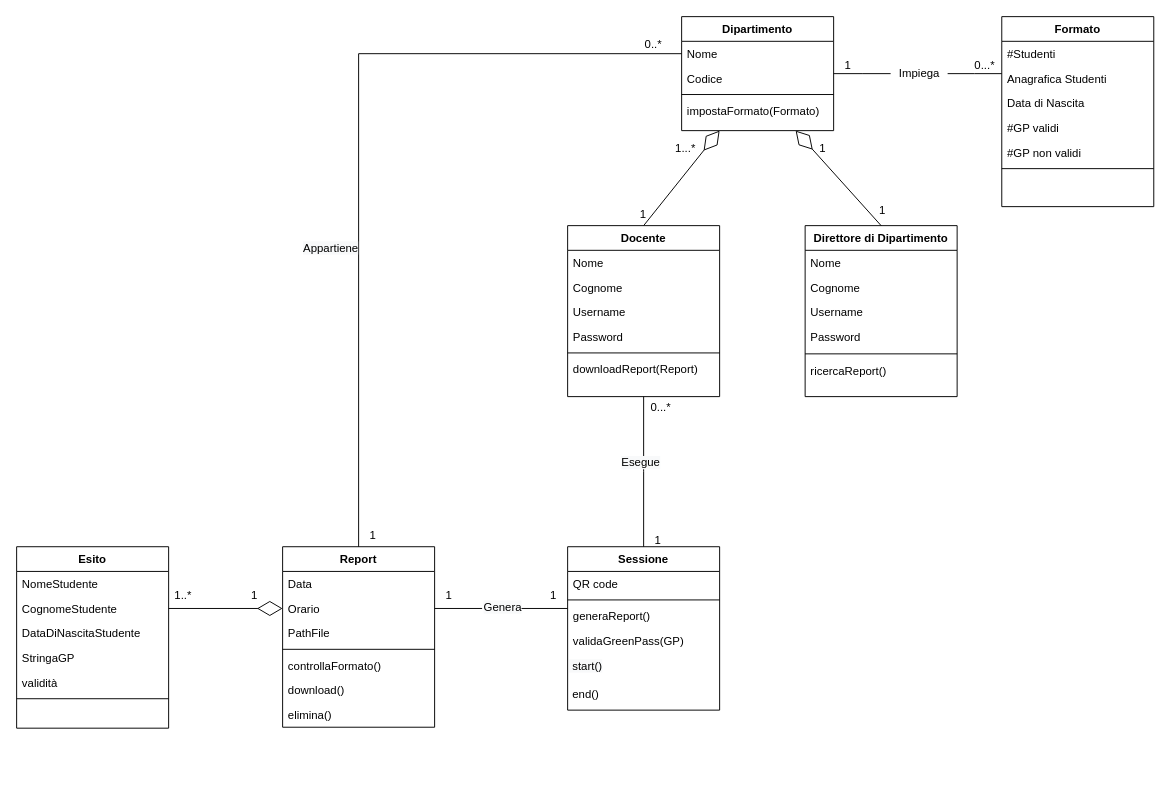
Before: Documentazione/Resources/Class Diagram/Class Diagram.drawio in Alberto-00/EasyPass, a draw.io diagram. Source tidied: cells renumbered, new cells numbered last; positions are measured from the earlier drawing's top-left corner, leaving out a move shared by most shapes. Both pictures are drawn from the tidied source at 95%, with x=0, y=0 at pixel (16, 16).
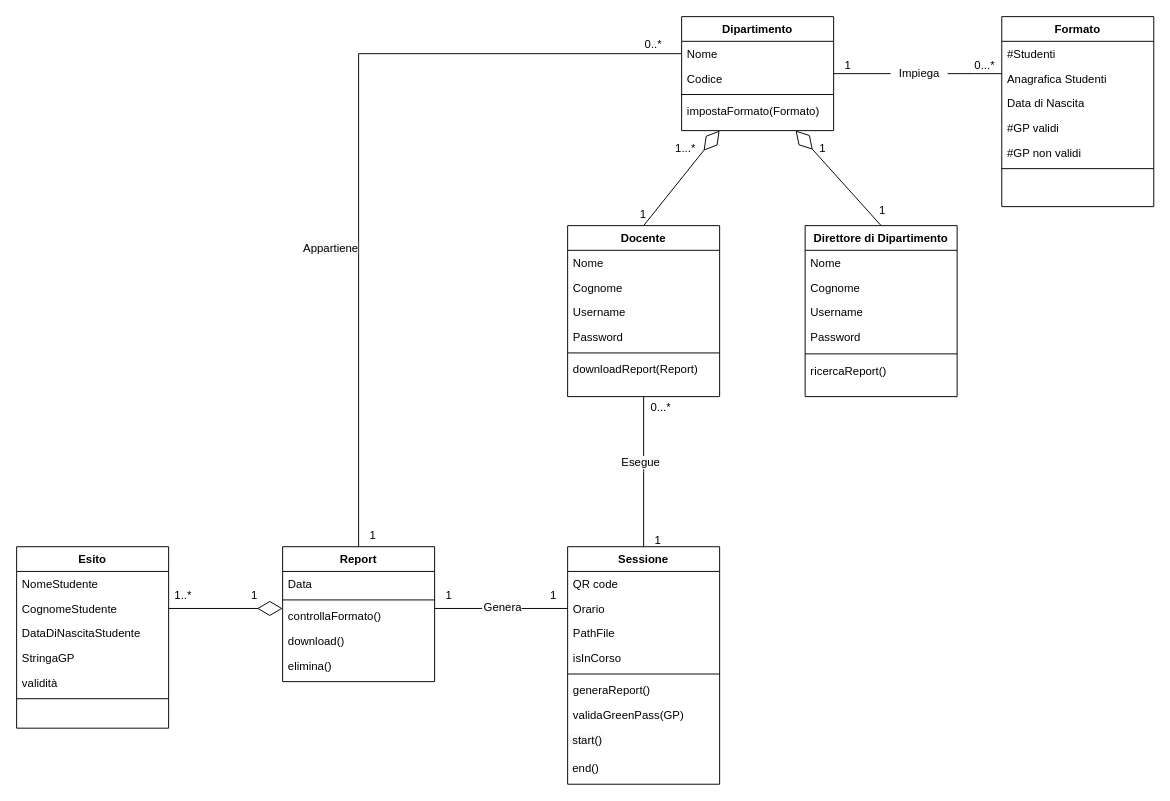
After the change.

Commit message (it also covers changes not shown here):
Class Diagram

Change to the diagram source:
```diff
@@
     <mxCell id="25" value="Sessione" style="swimlane;fontStyle=1;align=center;verticalAlign=top;horizontal=1;startSize=26;rounded=0;shadow=0;strokeWidth=1;" parent="1" vertex="1">
-      <mxGeometry x="580" y="558" width="160" height="172" as="geometry" />
+      <mxGeometry x="580" y="558" width="160" height="250" as="geometry" />
     </mxCell>
@@
+    <mxCell id="34" value="Orario" style="text;align=left;verticalAlign=top;spacingLeft=4;spacingRight=4;overflow=hidden;points=[[0,0.5],[1,0.5]];portConstraint=eastwest;rounded=0;shadow=0;html=0;" parent="25" vertex="1">
+      <mxGeometry y="52" width="160" height="26" as="geometry" />
+    </mxCell>
+    <mxCell id="35" value="PathFile" style="text;align=left;verticalAlign=top;spacingLeft=4;spacingRight=4;overflow=hidden;rounded=0;shadow=0;html=0;" parent="25" vertex="1">
+      <mxGeometry y="78" width="160" height="26" as="geometry" />
+    </mxCell>
+    <mxCell id="79" value="isInCorso" style="text;align=left;verticalAlign=top;spacingLeft=4;spacingRight=4;overflow=hidden;rounded=0;shadow=0;html=0;" parent="25" vertex="1">
+      <mxGeometry y="104" width="160" height="26" as="geometry" />
+    </mxCell>
     <mxCell id="27" style="line;html=1;strokeWidth=1;align=left;verticalAlign=middle;spacingTop=-1;spacingLeft=3;spacingRight=3;labelPosition=right;" parent="25" vertex="1">
-      <mxGeometry y="52" width="160" height="8" as="geometry" />
+      <mxGeometry y="130" width="160" height="8" as="geometry" />
     </mxCell>
     <mxCell id="28" value="generaReport()" style="text;align=left;verticalAlign=top;spacingLeft=4;spacingRight=4;overflow=hidden;fontStyle=0;" parent="25" vertex="1">
-      <mxGeometry y="60" width="160" height="26" as="geometry" />
+      <mxGeometry y="138" width="160" height="26" as="geometry" />
     </mxCell>
     <mxCell id="29" value="validaGreenPass(GP)" style="text;align=left;verticalAlign=top;spacingLeft=4;spacingRight=4;overflow=hidden;" parent="25" vertex="1">
-      <mxGeometry y="86" width="160" height="26" as="geometry" />
+      <mxGeometry y="164" width="160" height="26" as="geometry" />
     </mxCell>
     <mxCell id="30" value="&lt;span style=&quot;color: rgb(0 , 0 , 0) ; font-family: &amp;#34;helvetica&amp;#34; ; font-size: 12px ; font-style: normal ; font-weight: 400 ; letter-spacing: normal ; text-align: left ; text-indent: 0px ; text-transform: none ; word-spacing: 0px ; background-color: rgb(248 , 249 , 250) ; display: inline ; float: none&quot;&gt;&amp;nbsp;start()&lt;/span&gt;" style="text;whiteSpace=wrap;html=1;" parent="25" vertex="1">
-      <mxGeometry y="112" width="160" height="30" as="geometry" />
+      <mxGeometry y="190" width="160" height="30" as="geometry" />
     </mxCell>
     <mxCell id="31" value="&lt;span style=&quot;font-family: &amp;#34;helvetica&amp;#34;&quot;&gt;&amp;nbsp;end()&lt;/span&gt;" style="text;whiteSpace=wrap;html=1;" parent="25" vertex="1">
-      <mxGeometry y="142" width="160" height="30" as="geometry" />
+      <mxGeometry y="220" width="160" height="30" as="geometry" />
     </mxCell>
     <mxCell id="32" value="Report" style="swimlane;fontStyle=1;align=center;verticalAlign=top;horizontal=1;startSize=26;rounded=0;shadow=0;strokeWidth=1;" parent="1" vertex="1">
-      <mxGeometry x="280" y="558" width="160" height="190" as="geometry" />
+      <mxGeometry x="280" y="558" width="160" height="142" as="geometry" />
     </mxCell>
@@
-    <mxCell id="34" value="Orario" style="text;align=left;verticalAlign=top;spacingLeft=4;spacingRight=4;overflow=hidden;points=[[0,0.5],[1,0.5]];portConstraint=eastwest;rounded=0;shadow=0;html=0;" parent="32" vertex="1">
-      <mxGeometry y="52" width="160" height="26" as="geometry" />
-    </mxCell>
-    <mxCell id="35" value="PathFile" style="text;align=left;verticalAlign=top;spacingLeft=4;spacingRight=4;overflow=hidden;rounded=0;shadow=0;html=0;" parent="32" vertex="1">
-      <mxGeometry y="78" width="160" height="26" as="geometry" />
-    </mxCell>
     <mxCell id="36" style="line;html=1;strokeWidth=1;align=left;verticalAlign=middle;spacingTop=-1;spacingLeft=3;spacingRight=3;labelPosition=right;" parent="32" vertex="1">
-      <mxGeometry y="104" width="160" height="8" as="geometry" />
+      <mxGeometry y="52" width="160" height="8" as="geometry" />
     </mxCell>
     <mxCell id="37" value="controllaFormato()" style="text;align=left;verticalAlign=top;spacingLeft=4;spacingRight=4;overflow=hidden;fontStyle=0;" parent="32" vertex="1">
-      <mxGeometry y="112" width="160" height="26" as="geometry" />
+      <mxGeometry y="60" width="160" height="26" as="geometry" />
     </mxCell>
     <mxCell id="38" value="download()" style="text;align=left;verticalAlign=top;spacingLeft=4;spacingRight=4;overflow=hidden;" parent="32" vertex="1">
-      <mxGeometry y="138" width="160" height="26" as="geometry" />
+      <mxGeometry y="86" width="160" height="26" as="geometry" />
     </mxCell>
     <mxCell id="39" value="elimina()" style="text;align=left;verticalAlign=top;spacingLeft=4;spacingRight=4;overflow=hidden;fontStyle=0;" parent="32" vertex="1">
-      <mxGeometry y="164" width="160" height="26" as="geometry" />
+      <mxGeometry y="112" width="160" height="26" as="geometry" />
     </mxCell>
@@
-    <mxCell id="51" style="endArrow=diamondThin;endFill=0;endSize=24;html=1;rounded=0;entryX=0;entryY=0.5;entryDx=0;entryDy=0;" parent="1" edge="1" target="34">
+    <mxCell id="51" style="endArrow=diamondThin;endFill=0;endSize=24;html=1;rounded=0;entryX=0;entryY=0.5;entryDx=0;entryDy=0;" parent="1" edge="1">
       <mxGeometry relative="1" as="geometry">
         <mxPoint x="160" y="623" as="sourcePoint" />
+        <mxPoint x="280" y="623" as="targetPoint" />
       </mxGeometry>
     </mxCell>
```
